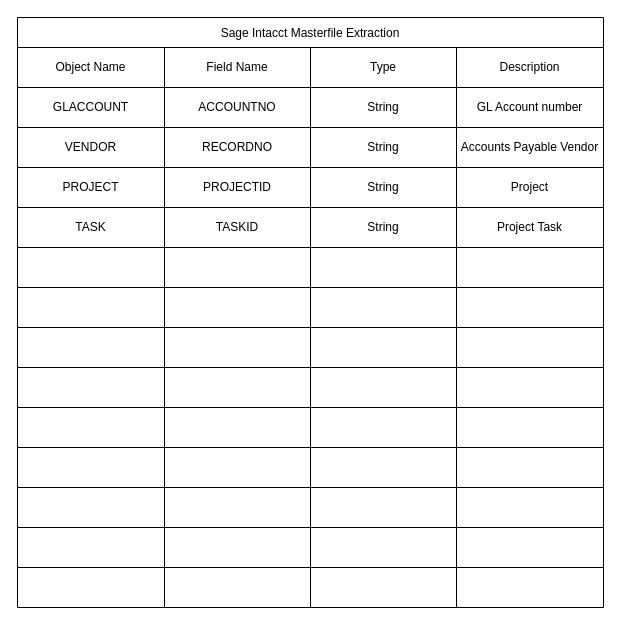
The draw.io diagram page "Masterfile Objects" (3 of 3) of ProcureLink.drawio in garrithhyman/ProcureLink, before the edit. Source tidied: cells renumbered, new cells numbered last; positions are measured from the earlier drawing's top-left corner, leaving out a move shared by most shapes. Both pictures are drawn from the tidied source at 100%, with x=0, y=0 at pixel (17, 17).
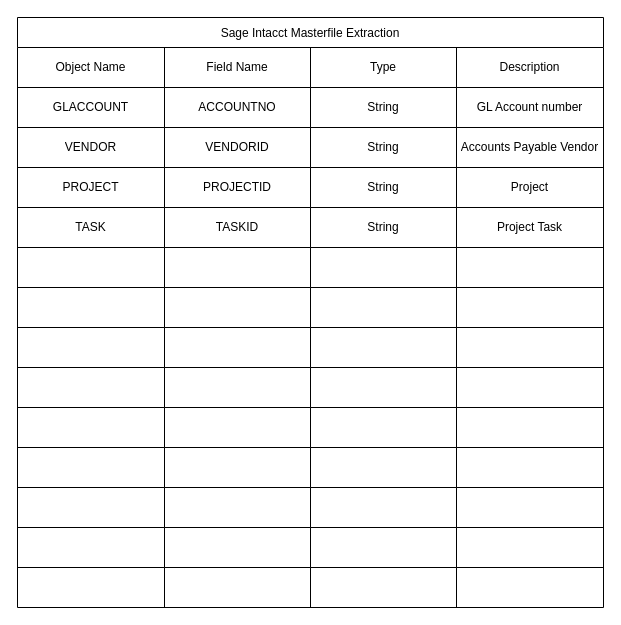
The same diagram, later.

Unchanged cells that the change refers to:
```xml
<mxCell id="13" style="shape=tableRow;horizontal=0;startSize=0;swimlaneHead=0;swimlaneBody=0;strokeColor=inherit;top=0;left=0;bottom=0;right=0;fillColor=none;" parent="2" vertex="1">
  <mxGeometry y="110" width="586" height="40" as="geometry" />
</mxCell>
```

Change to the diagram source:
```diff
@@
-    <mxCell id="15" value="RECORDNO" style="shape=partialRectangle;html=1;whiteSpace=wrap;strokeColor=inherit;overflow=hidden;fillColor=none;top=0;left=0;bottom=0;right=0;" parent="13" vertex="1">
+    <mxCell id="15" value="VENDORID" style="shape=partialRectangle;html=1;whiteSpace=wrap;strokeColor=inherit;overflow=hidden;fillColor=none;top=0;left=0;bottom=0;right=0;" parent="13" vertex="1">
       <mxGeometry x="147" width="146" height="40" as="geometry" />
     </mxCell>
```
